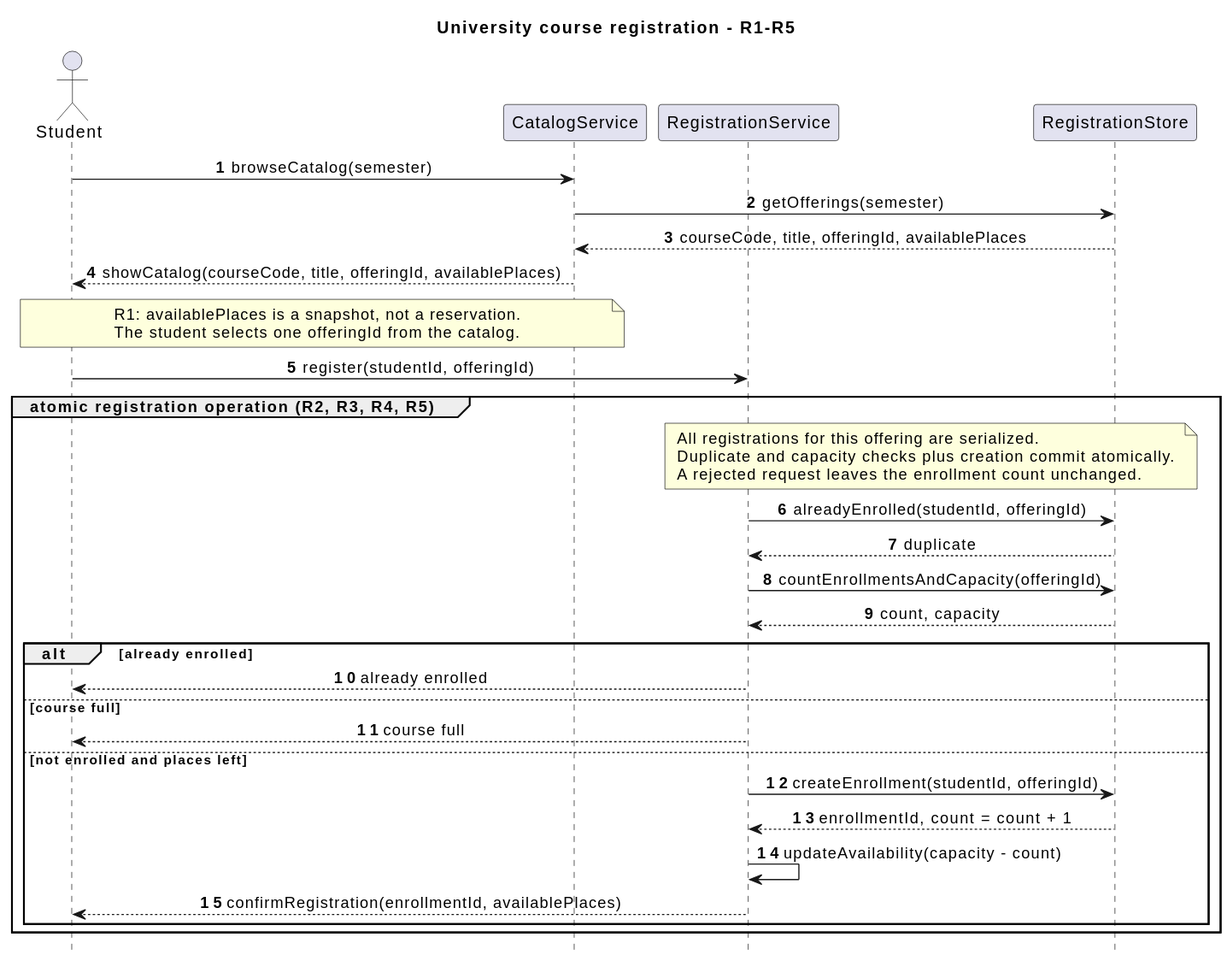
This is sis-02/models/img/original-sequence.svg from Assylbek-Uzakbayev/SofwareENG, a PlantUML export, as it was before one commit.
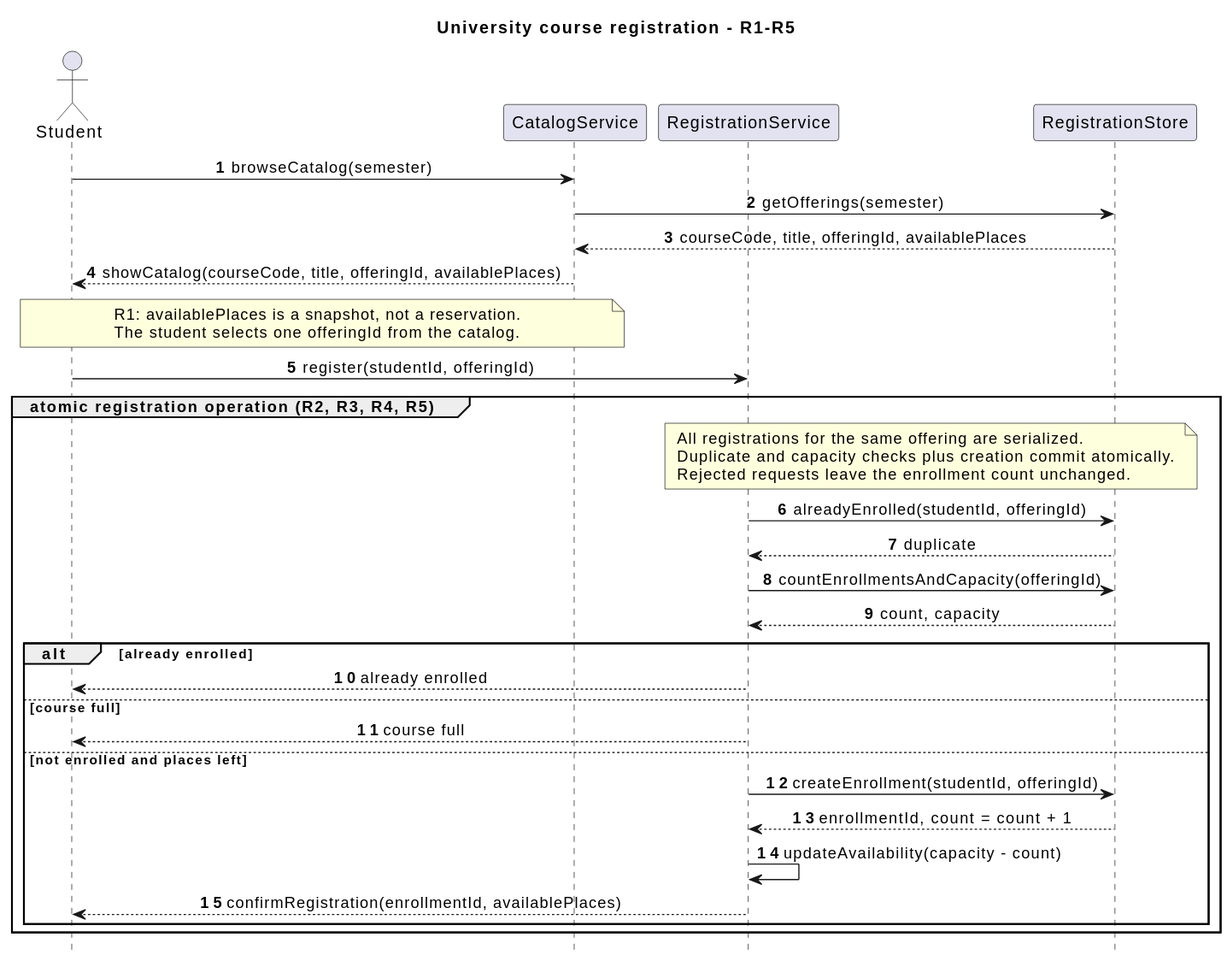
The same diagram one commit later.

Commit message:
sis-02: requirements and original model evidence

Change to the diagram source:
```diff
@@ -4,6 +4,7 @@
 hide footbox
 title University course registration - R1-R5
 autonumber
+
 actor Student
 participant CatalogService
 participant RegistrationService
@@ -13,21 +14,26 @@
 CatalogService -> RegistrationStore: getOfferings(semester)
 RegistrationStore --> CatalogService: courseCode, title, offeringId, availablePlaces
 CatalogService --> Student: showCatalog(courseCode, title, offeringId, availablePlaces)
+
 note over Student, CatalogService
 R1: availablePlaces is a snapshot, not a reservation.
 The student selects one offeringId from the catalog.
 end note
+
 Student -> RegistrationService: register(studentId, offeringId)
+
 group atomic registration operation (R2, R3, R4, R5)
 note over RegistrationService, RegistrationStore
-All registrations for this offering are serialized.
+All registrations for the same offering are serialized.
 Duplicate and capacity checks plus creation commit atomically.
-A rejected request leaves the enrollment count unchanged.
+Rejected requests leave the enrollment count unchanged.
 end note
+
 RegistrationService -> RegistrationStore: alreadyEnrolled(studentId, offeringId)
 RegistrationStore --> RegistrationService: duplicate
 RegistrationService -> RegistrationStore: countEnrollmentsAndCapacity(offeringId)
 RegistrationStore --> RegistrationService: count, capacity
+
 alt already enrolled
 RegistrationService --> Student: already enrolled
 else course full
```
